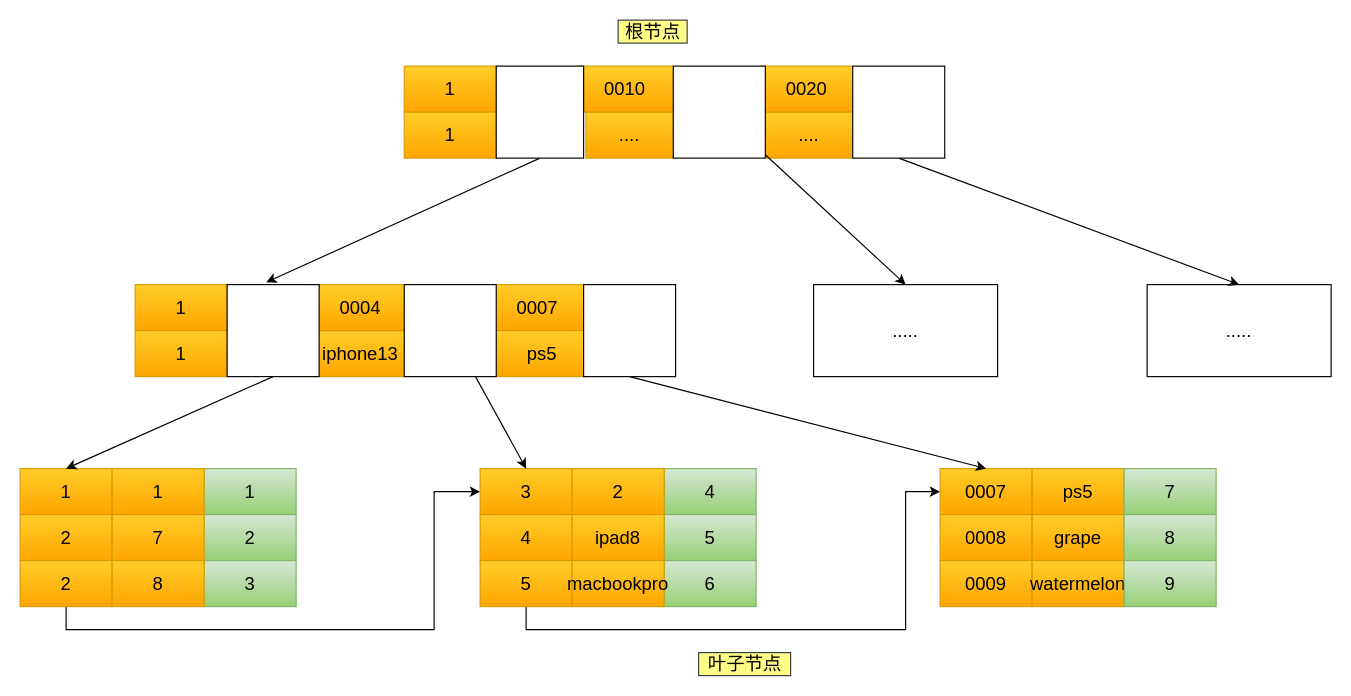
xiaolincoder/ImageHost4 keeps this draw.io diagram as mysql/索引/联合索引案例.drawio. Above is the earlier version. Source tidied: cells renumbered, new cells numbered last; positions are measured from the earlier drawing's top-left corner, leaving out a move shared by most shapes. Both pictures are drawn from the tidied source at 115%, with x=0, y=0 at pixel (20, 20).
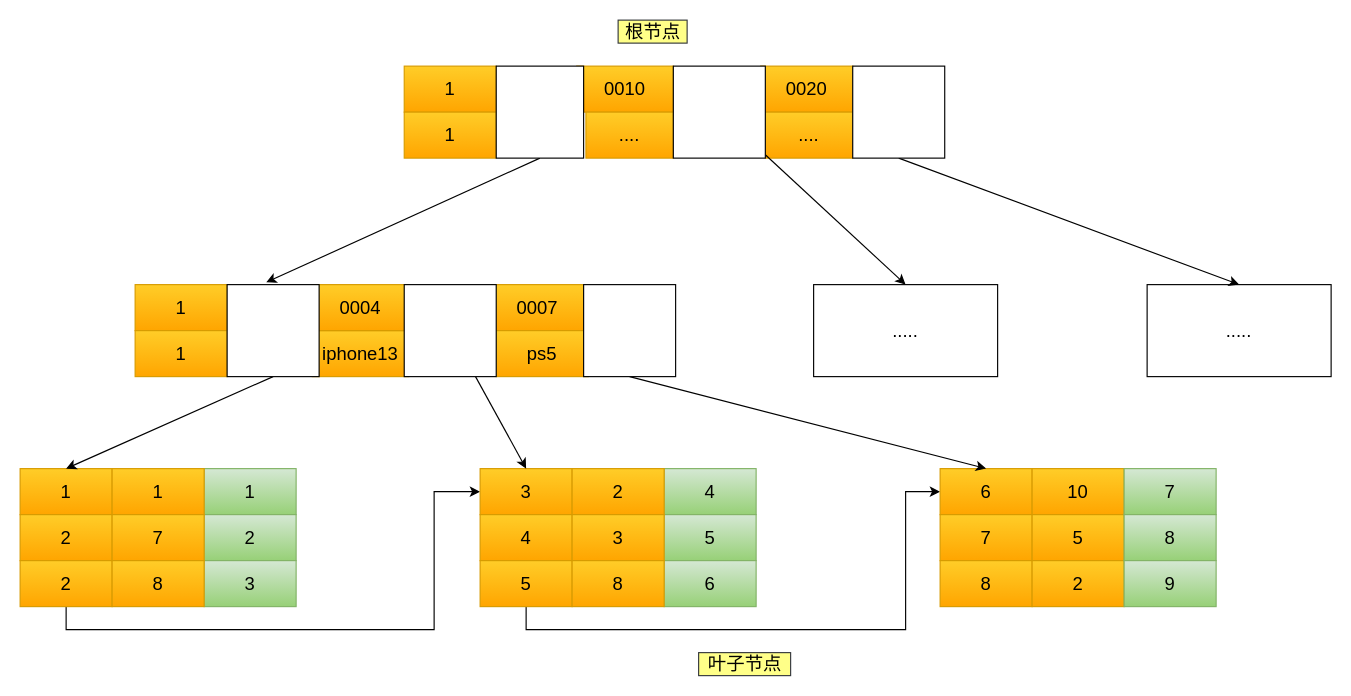
Above is the later version.

Commit message (it also covers changes not shown here):
Update 联合索引案例.drawio

What changed in the source:
```diff
@@
-    <mxCell id="19" value="0007" style="rounded=0;whiteSpace=wrap;html=1;fontSize=16;fillColor=#ffcd28;gradientColor=#ffa500;strokeColor=#d79b00;" parent="1" vertex="1">
+    <mxCell id="19" value="6" style="rounded=0;whiteSpace=wrap;html=1;fontSize=16;fillColor=#ffcd28;gradientColor=#ffa500;strokeColor=#d79b00;" parent="1" vertex="1">
       <mxGeometry x="800" y="390" width="80" height="40" as="geometry" />
     </mxCell>
-    <mxCell id="20" value="ps5" style="rounded=0;whiteSpace=wrap;html=1;fontSize=16;fillColor=#ffcd28;gradientColor=#ffa500;strokeColor=#d79b00;" parent="1" vertex="1">
+    <mxCell id="20" value="10" style="rounded=0;whiteSpace=wrap;html=1;fontSize=16;fillColor=#ffcd28;gradientColor=#ffa500;strokeColor=#d79b00;" parent="1" vertex="1">
       <mxGeometry x="880" y="390" width="80" height="40" as="geometry" />
     </mxCell>
-    <mxCell id="21" value="0008" style="rounded=0;whiteSpace=wrap;html=1;fontSize=16;fillColor=#ffcd28;gradientColor=#ffa500;strokeColor=#d79b00;" parent="1" vertex="1">
+    <mxCell id="21" value="7" style="rounded=0;whiteSpace=wrap;html=1;fontSize=16;fillColor=#ffcd28;gradientColor=#ffa500;strokeColor=#d79b00;" parent="1" vertex="1">
       <mxGeometry x="800" y="430" width="80" height="40" as="geometry" />
     </mxCell>
-    <mxCell id="22" value="grape" style="rounded=0;whiteSpace=wrap;html=1;fontSize=16;fillColor=#ffcd28;gradientColor=#ffa500;strokeColor=#d79b00;" parent="1" vertex="1">
+    <mxCell id="22" value="5" style="rounded=0;whiteSpace=wrap;html=1;fontSize=16;fillColor=#ffcd28;gradientColor=#ffa500;strokeColor=#d79b00;" parent="1" vertex="1">
       <mxGeometry x="880" y="430" width="80" height="40" as="geometry" />
     </mxCell>
-    <mxCell id="23" value="0009" style="rounded=0;whiteSpace=wrap;html=1;fontSize=16;fillColor=#ffcd28;gradientColor=#ffa500;strokeColor=#d79b00;" parent="1" vertex="1">
+    <mxCell id="23" value="8" style="rounded=0;whiteSpace=wrap;html=1;fontSize=16;fillColor=#ffcd28;gradientColor=#ffa500;strokeColor=#d79b00;" parent="1" vertex="1">
       <mxGeometry x="800" y="470" width="80" height="40" as="geometry" />
     </mxCell>
-    <mxCell id="24" value="watermelon" style="rounded=0;whiteSpace=wrap;html=1;fontSize=16;fillColor=#ffcd28;gradientColor=#ffa500;strokeColor=#d79b00;" parent="1" vertex="1">
+    <mxCell id="24" value="2" style="rounded=0;whiteSpace=wrap;html=1;fontSize=16;fillColor=#ffcd28;gradientColor=#ffa500;strokeColor=#d79b00;" parent="1" vertex="1">
       <mxGeometry x="880" y="470" width="80" height="40" as="geometry" />
     </mxCell>
@@
-    <mxCell id="38" value="ipad8" style="rounded=0;whiteSpace=wrap;html=1;fontSize=16;fillColor=#ffcd28;gradientColor=#ffa500;strokeColor=#d79b00;" parent="1" vertex="1">
+    <mxCell id="38" value="3" style="rounded=0;whiteSpace=wrap;html=1;fontSize=16;fillColor=#ffcd28;gradientColor=#ffa500;strokeColor=#d79b00;" parent="1" vertex="1">
       <mxGeometry x="480" y="430" width="80" height="40" as="geometry" />
     </mxCell>
-    <mxCell id="39" value="macbookpro" style="rounded=0;whiteSpace=wrap;html=1;fontSize=16;fillColor=#ffcd28;gradientColor=#ffa500;strokeColor=#d79b00;" parent="1" vertex="1">
+    <mxCell id="39" value="8" style="rounded=0;whiteSpace=wrap;html=1;fontSize=16;fillColor=#ffcd28;gradientColor=#ffa500;strokeColor=#d79b00;" parent="1" vertex="1">
       <mxGeometry x="480" y="470" width="80" height="40" as="geometry" />
     </mxCell>
```
